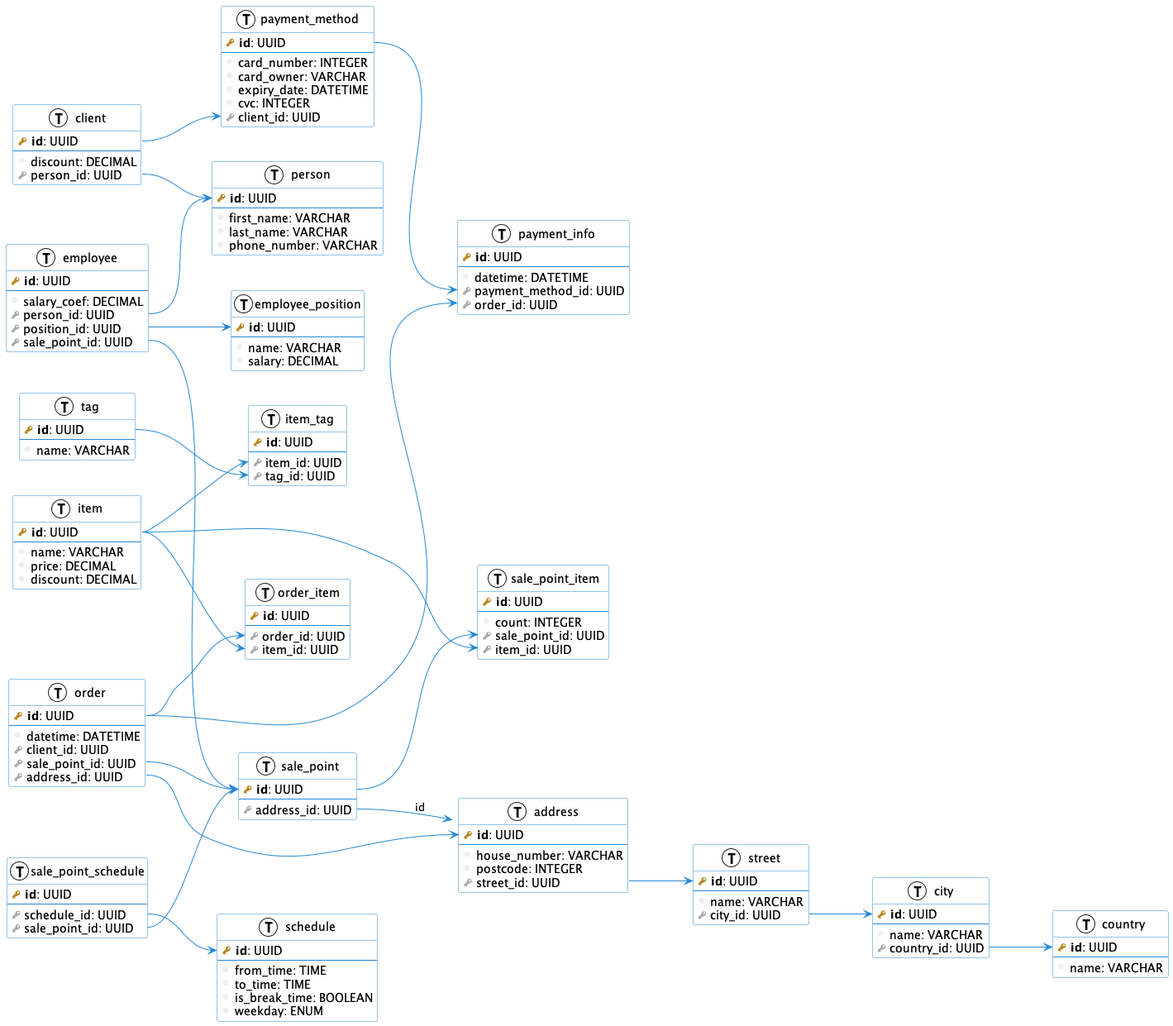
danilshvalov/databases-lab keeps this PlantUML diagram as db.png. Above is the earlier version.
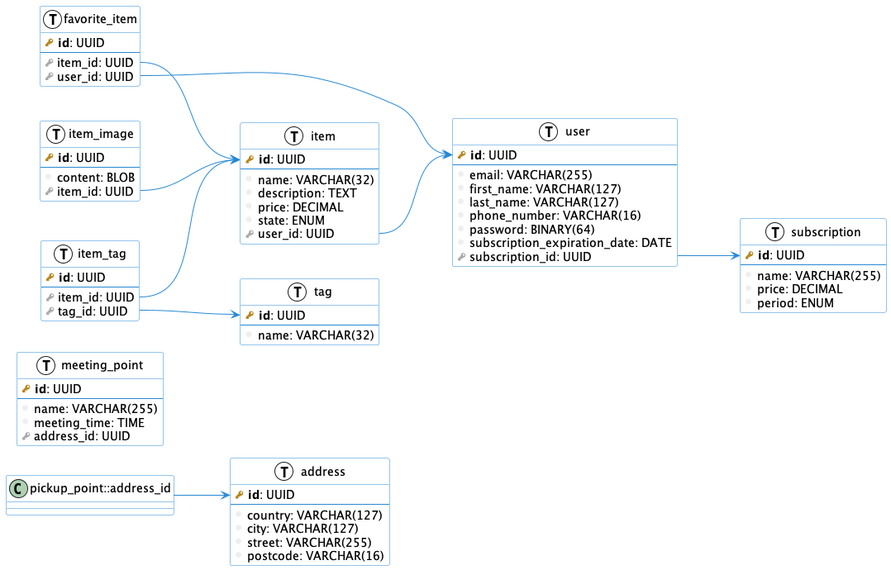
After the commit.

Commit message:
refactor(puml): adapt to a new direction of dev

Change to the diagram source:
```diff
@@ -14,52 +14,64 @@
 !define column(x) <color:#efefef><&media-record></color> x
 !define table(x) entity x << (T, white) >>
 
-table(person) {
+table(address) {
     primary_key(id): UUID
     --
-    column(first_name): VARCHAR
-    column(last_name): VARCHAR
-    column(phone_number): VARCHAR
+    column(country): VARCHAR(127)
+    column(city): VARCHAR(127)
+    column(street): VARCHAR(255)
+    column(postcode): VARCHAR(16)
 }
 
-table(client) {
+table(meeting_point) {
     primary_key(id): UUID
     --
-    column(discount): DECIMAL
-    foreign_key(person_id): UUID
+    column(name): VARCHAR(255)
+    column(meeting_time): TIME
+    foreign_key(address_id): UUID
 }
 
-table(payment_method) {
+pickup_point::address_id --> address::id
+
+table(subscription) {
     primary_key(id): UUID
     --
-    column(card_number): INTEGER
-    column(card_owner): VARCHAR
-    column(expiry_date): DATETIME
-    column(cvc): INTEGER
-    foreign_key(client_id): UUID
+    column(name): VARCHAR(255)
+    column(price): DECIMAL
+    column(period): ENUM
 }
 
-table(payment_info) {
+table(user) {
     primary_key(id): UUID
     --
-	column(datetime): DATETIME
-    foreign_key(payment_method_id): UUID
-    foreign_key(order_id): UUID
+    column(email): VARCHAR(255)
+    column(first_name): VARCHAR(127)
+    column(last_name): VARCHAR(127)
+    column(phone_number): VARCHAR(16)
+    column(password): BINARY(64)
+    column(subscription_expiration_date): DATE
+    foreign_key(subscription_id): UUID
+}
+
+user::subscription_id --> subscription::id
+
+table(tag) {
+    primary_key(id): UUID
+    --
+    column(name): VARCHAR(32)
 }
 
 table(item) {
     primary_key(id): UUID
     --
-    column(name): VARCHAR
+    column(name): VARCHAR(32)
+    column(description): TEXT
     column(price): DECIMAL
-    column(discount): DECIMAL
+    column(state): ENUM
+    foreign_key(user_id): UUID
 }
 
-table(tag) {
-    primary_key(id): UUID
-    --
-    column(name): VARCHAR
-}
+item::user_id --> user::id
 
 table(item_tag) {
     primary_key(id): UUID
@@ -68,128 +80,26 @@
     foreign_key(tag_id): UUID
 }
 
-table(order) {
+item_tag::item_id --> item::id
+item_tag::tag_id --> tag::id
+
+table(item_image) {
     primary_key(id): UUID
     --
-	column(datetime): DATETIME
-    foreign_key(client_id): UUID
-    foreign_key(sale_point_id): UUID
-    foreign_key(address_id): UUID
-}
-
-table(order_item) {
-    primary_key(id): UUID
-    --
-    foreign_key(order_id): UUID
+    column(content): BLOB
     foreign_key(item_id): UUID
 }
 
-table(sale_point) {
+item_image::item_id --> item::id
+
+table(favorite_item) {
     primary_key(id): UUID
     --
-    foreign_key(address_id): UUID
+    foreign_key(item_id): UUID
+    foreign_key(user_id): UUID
 }
 
-table(sale_point_item) {
-    primary_key(id): UUID
-    --
-    column(count): INTEGER
-    foreign_key(sale_point_id): UUID
-    foreign_key(item_id): UUID
-}
-
-table(sale_point_schedule) {
-    primary_key(id): UUID
-    --
-    foreign_key(schedule_id): UUID
-    foreign_key(sale_point_id): UUID
-}
-
-table(country) {
-    primary_key(id): UUID
-    --
-    column(name): VARCHAR
-}
-
-table(city) {
-    primary_key(id): UUID
-    --
-    column(name): VARCHAR
-    foreign_key(country_id): UUID
-}
-
-table(street) {
-    primary_key(id): UUID
-    --
-    column(name): VARCHAR
-    foreign_key(city_id): UUID
-}
-
-table(address) {
-    primary_key(id): UUID
-    --
-    column(house_number): VARCHAR
-    column(postcode): INTEGER
-    foreign_key(street_id): UUID
-}
-
-table(employee) {
-    primary_key(id): UUID
-    --
-    column(salary_coef): DECIMAL
-    foreign_key(person_id): UUID
-    foreign_key(position_id): UUID
-    foreign_key(sale_point_id): UUID
-}
-
-table(employee_position) {
-    primary_key(id): UUID
-    --
-    column(name): VARCHAR
-    column(salary): DECIMAL
-}
-
-table(schedule) {
-    primary_key(id): UUID
-    --
-    column(from_time): TIME
-    column(to_time): TIME
-    column(is_break_time): BOOLEAN
-    column(weekday): ENUM
-}
-
-sale_point::id --> sale_point_item::sale_point_id
-item::id --> sale_point_item::item_id
-
-payment_method::id --> payment_info::payment_method_id
-order::id --> payment_info::order_id
-
-client::id --> payment_method::client_id
-client::person_id --> person::id
-
-order::id --> order_item::order_id
-item::id --> order_item::item_id
-
-item::id --> item_tag::item_id
-tag::id --> item_tag::tag_id
-
-order::sale_point_id --> sale_point::id
-order::address_id --> address::id
-
-sale_point::address_id --> address:id
-
-city::country_id --> country::id
-
-street::city_id --> city::id
-
-address::street_id --> street::id
-
-employee::person_id --> person::id
-employee::position_id --> employee_position::id
-employee::sale_point --> sale_point::id
-
-sale_point_schedule::schedule_id --> schedule::id
-sale_point_schedule::sale_point_id --> sale_point::id
-
+favorite_item::item_id --> item::id
+favorite_item::user_id --> user::id
 
 @enduml
```
